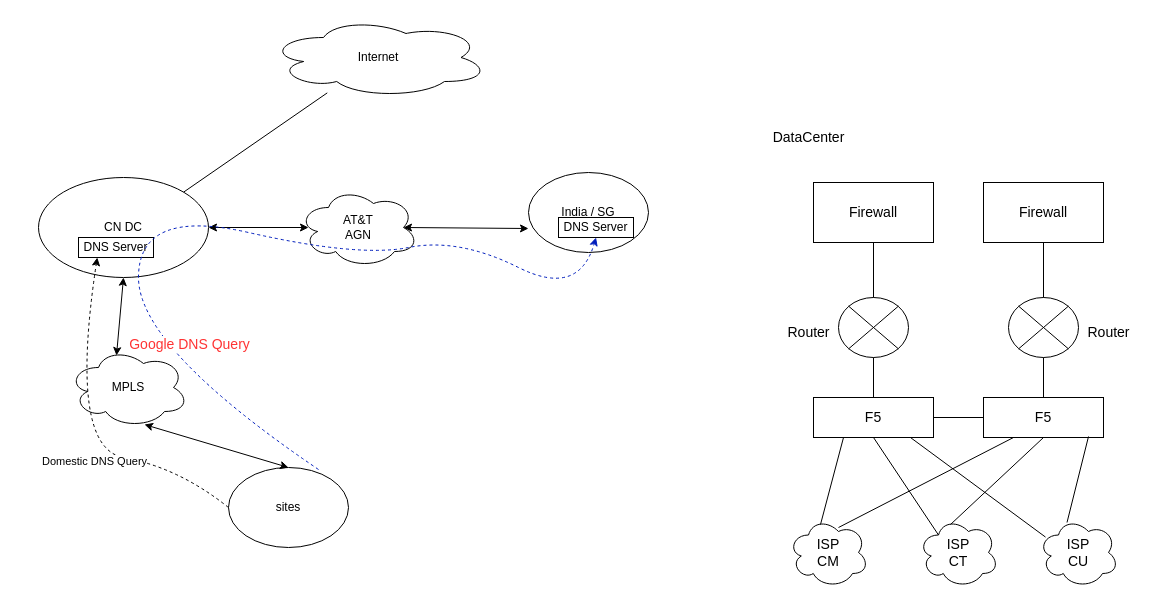
Earlier version of the draw.io diagram Untitled Diagram1.drawio (amuRico/follow). Source tidied: cells renumbered, new cells numbered last; positions are measured from the earlier drawing's top-left corner, leaving out a move shared by most shapes. Both pictures are drawn from the tidied source at 100%, with x=0, y=0 at pixel (38, 17).
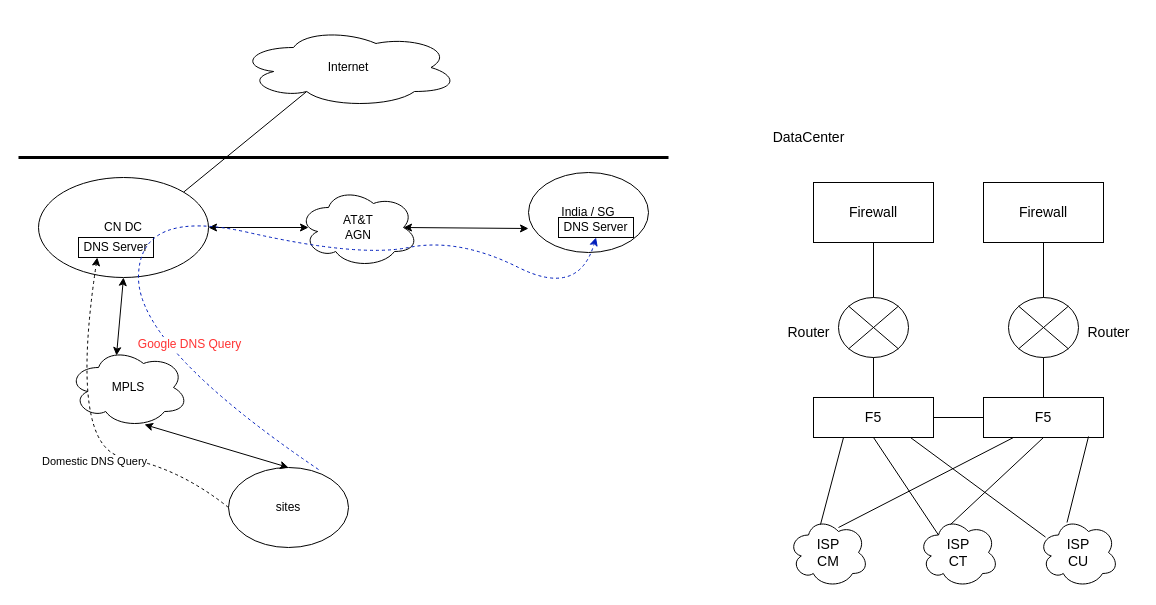
After the change.

Unchanged cells that the change refers to:
```xml
<mxCell id="2" value="CN DC" style="ellipse;whiteSpace=wrap;html=1;" parent="1" vertex="1">
  <mxGeometry y="160" width="170" height="100" as="geometry" />
</mxCell>
<mxCell id="17" style="curved=1;endArrow=classic;html=1;rounded=0;exitX=0.75;exitY=0.025;exitDx=0;exitDy=0;exitPerimeter=0;entryX=0.5;entryY=1;entryDx=0;entryDy=0;fillColor=#0050ef;strokeColor=#001DBC;dashed=1;" parent="1" edge="1" source="4" target="16">
  <mxGeometry relative="1" as="geometry">
    <Array as="points">
      <mxPoint x="100" y="330" />
      <mxPoint x="100" y="190" />
      <mxPoint x="320" y="240" />
      <mxPoint x="420" y="220" />
      <mxPoint x="540" y="280" />
    </Array>
  </mxGeometry>
</mxCell>
```

The edit, as a diff of the source:
```diff
@@
-    <mxCell id="10" style="endArrow=none;html=1;rounded=0;exitX=1;exitY=0;exitDx=0;exitDy=0;" parent="1" edge="1" source="2" target="11">
+    <mxCell id="10" style="endArrow=none;html=1;rounded=0;exitX=1;exitY=0;exitDx=0;exitDy=0;entryX=0.31;entryY=0.8;entryDx=0;entryDy=0;entryPerimeter=0;" parent="1" edge="1" source="2" target="11">
       <mxGeometry relative="1" as="geometry" />
     </mxCell>
     <mxCell id="11" value="Internet" style="ellipse;shape=cloud;whiteSpace=wrap;html=1;" parent="1" vertex="1">
-      <mxGeometry x="230" width="220" height="80" as="geometry" />
+      <mxGeometry x="200" y="10" width="220" height="80" as="geometry" />
     </mxCell>
@@
-    <mxCell id="18" value="&lt;font color=&quot;#FF3333&quot;&gt;Google DNS Query&lt;/font&gt;" style="edgeLabel;html=1;align=center;verticalAlign=middle;fontSize=14;fontColor=#FFB570;" parent="17" vertex="1">
+    <mxCell id="18" value="&lt;font style=&quot;font-size: 12px;&quot; color=&quot;#FF3333&quot;&gt;Google DNS Query&lt;/font&gt;" style="edgeLabel;html=1;align=center;verticalAlign=middle;fontSize=12;fontColor=#FFB570;" parent="17" vertex="1">
       <mxGeometry x="0.28" y="10" relative="1" as="geometry">
         <mxPoint x="-153" y="100" as="offset" />
       </mxGeometry>
     </mxCell>
@@
+    <mxCell id="42" style="endArrow=none;html=1;rounded=0;fontSize=12;fontColor=none;strokeWidth=3;" parent="1" edge="1">
+      <mxGeometry relative="1" as="geometry">
+        <mxPoint x="-20" y="140" as="sourcePoint" />
+        <mxPoint x="630" y="140" as="targetPoint" />
+      </mxGeometry>
+    </mxCell>
```
